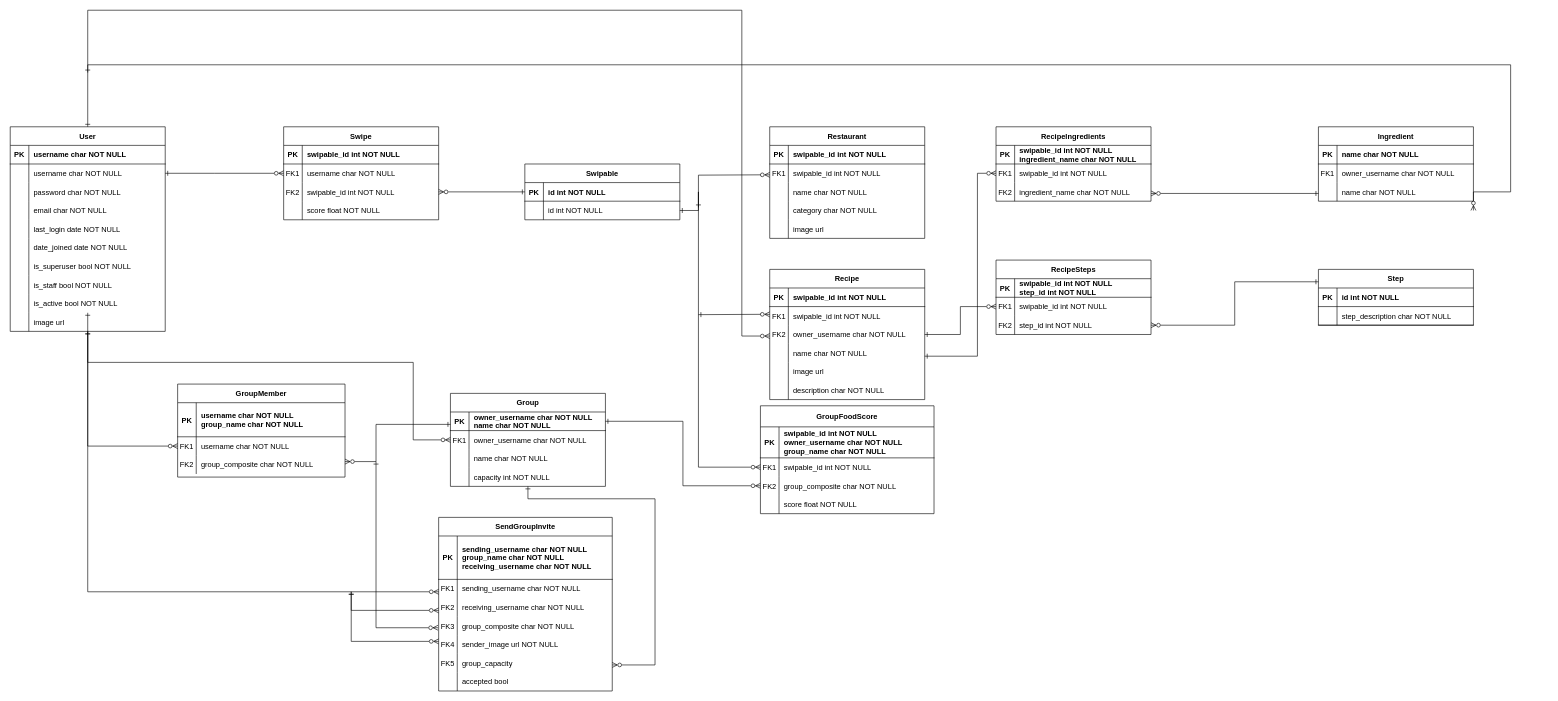
This is grubflow-db.drawio from grubflow/diagrams, a draw.io file, before an edit. Source tidied: cells renumbered, new cells numbered last; positions are measured from the earlier drawing's top-left corner, leaving out a move shared by most shapes. Both pictures are drawn from the tidied source at 62%, with x=0, y=0 at pixel (10, 10).
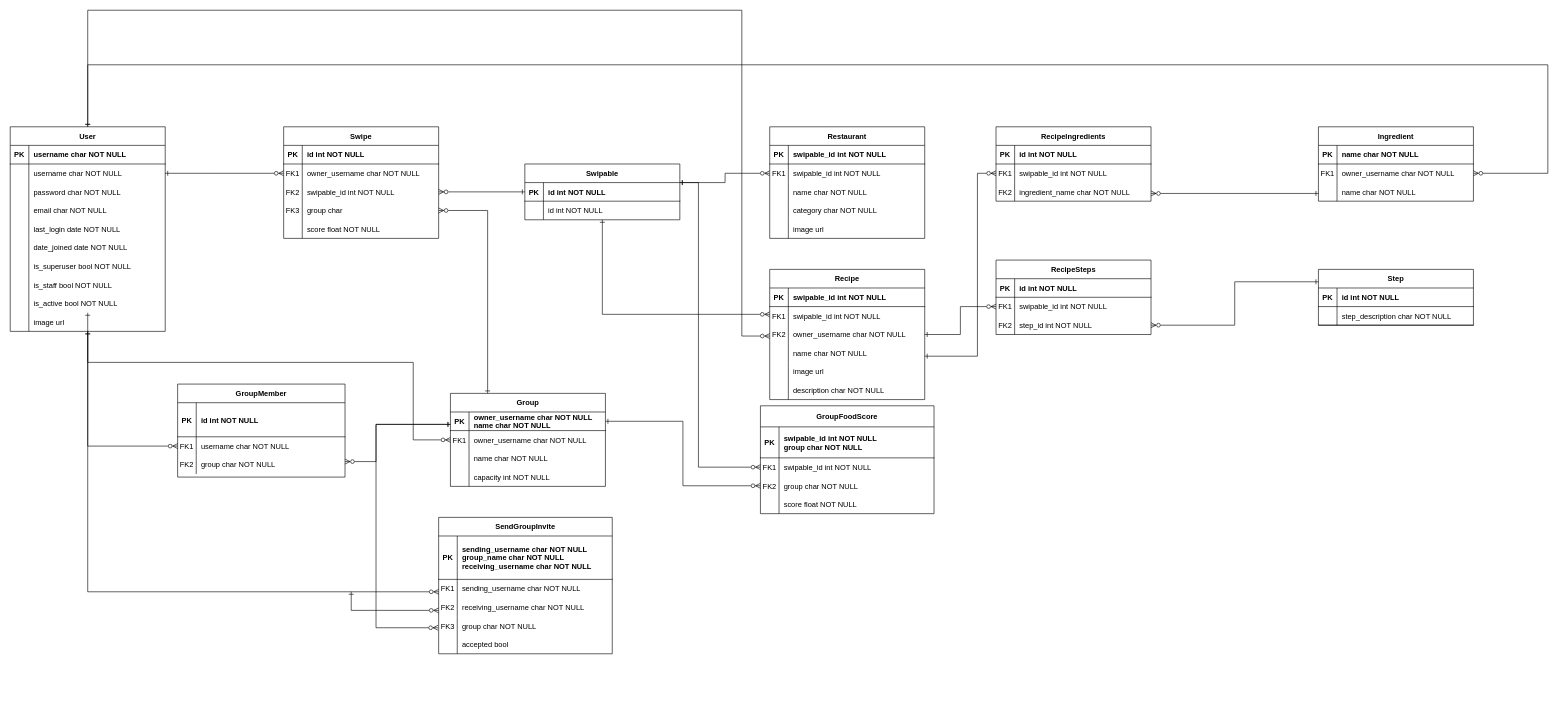
Above is the later version.

The change refers to these unchanged cells:
```xml
<mxCell id="2" value="User" style="shape=table;startSize=30;childLayout=tableLayout;rowLines=0;fontStyle=1;align=center;gradientColor=none;" parent="1" vertex="1">
  <mxGeometry y="188" width="250" height="330" as="geometry" />
</mxCell>
<mxCell id="33" value="Swipable" style="shape=table;startSize=30;childLayout=tableLayout;rowLines=0;fontStyle=1;align=center;gradientColor=none;" parent="1" vertex="1">
  <mxGeometry x="830" y="248" width="250" height="90" as="geometry" />
</mxCell>
<mxCell id="37" style="shape=partialRectangle;fillColor=none;points=[[0,0.5],[1,0.5]];portConstraint=eastwest;top=0;left=0;right=0;bottom=0;" parent="33" vertex="1">
  <mxGeometry y="60" width="250" height="30" as="geometry" />
</mxCell>
<mxCell id="41" style="shape=partialRectangle;fillColor=none;top=0;left=0;right=0;bottom=1;" parent="40" vertex="1">
  <mxGeometry y="30" width="250" height="30" as="geometry" />
</mxCell>
<mxCell id="44" style="shape=partialRectangle;fillColor=none;points=[[0,0.5],[1,0.5]];portConstraint=eastwest;top=0;left=0;right=0;bottom=0;" parent="40" vertex="1">
  <mxGeometry y="60" width="250" height="30" as="geometry" />
</mxCell>
<mxCell id="55" value="Group" style="shape=table;startSize=30;childLayout=tableLayout;rowLines=0;fontStyle=1;align=center;gradientColor=none;" parent="1" vertex="1">
  <mxGeometry x="710" y="618" width="250" height="150" as="geometry" />
</mxCell>
<mxCell id="65" style="shape=partialRectangle;fillColor=none;points=[[0,0.5],[1,0.5]];portConstraint=eastwest;top=0;left=0;right=0;bottom=0;" parent="55" vertex="1">
  <mxGeometry y="120" width="250" height="30" as="geometry" />
</mxCell>
<mxCell id="69" style="shape=partialRectangle;fillColor=none;top=0;left=0;right=0;bottom=1;" parent="68" vertex="1">
  <mxGeometry y="30" width="270" height="55" as="geometry" />
</mxCell>
<mxCell id="75" style="shape=partialRectangle;fillColor=none;top=0;left=0;right=0;bottom=0;" parent="68" vertex="1">
  <mxGeometry y="115" width="270" height="30" as="geometry" />
</mxCell>
<mxCell id="81" style="shape=partialRectangle;fillColor=none;top=0;left=0;right=0;bottom=1;" parent="80" vertex="1">
  <mxGeometry y="34" width="280" height="50" as="geometry" />
</mxCell>
<mxCell id="84" style="shape=partialRectangle;fillColor=none;points=[[0,0.5],[1,0.5]];portConstraint=eastwest;top=0;left=0;right=0;bottom=0;" parent="80" vertex="1">
  <mxGeometry y="84" width="280" height="30" as="geometry" />
</mxCell>
<mxCell id="87" style="shape=partialRectangle;fillColor=none;points=[[0,0.5],[1,0.5]];portConstraint=eastwest;top=0;left=0;right=0;bottom=0;" parent="80" vertex="1">
  <mxGeometry y="114" width="280" height="30" as="geometry" />
</mxCell>
<mxCell id="103" style="shape=partialRectangle;fillColor=none;top=0;left=0;right=0;bottom=0;" parent="93" vertex="1">
  <mxGeometry y="160" width="280" height="30" as="geometry" />
</mxCell>
<mxCell id="122" style="shape=partialRectangle;fillColor=none;points=[[0,0.5],[1,0.5]];portConstraint=eastwest;top=0;left=0;right=0;bottom=0;" parent="118" vertex="1">
  <mxGeometry y="60" width="250" height="30" as="geometry" />
</mxCell>
<mxCell id="157" style="shape=partialRectangle;fillColor=none;points=[[0,0.5],[1,0.5]];portConstraint=eastwest;top=0;left=0;right=0;bottom=0;" parent="153" vertex="1">
  <mxGeometry y="60" width="250" height="30" as="geometry" />
</mxCell>
<mxCell id="171" style="shape=partialRectangle;fillColor=none;top=0;left=0;right=0;bottom=1;" parent="170" vertex="1">
  <mxGeometry y="30" width="250" height="30" as="geometry" />
</mxCell>
<mxCell id="182" style="shape=partialRectangle;fillColor=none;top=0;left=0;right=0;bottom=1;" parent="181" vertex="1">
  <mxGeometry y="30" width="250" height="30" as="geometry" />
</mxCell>
```

Change to the diagram source:
```diff
@@
     <mxCell id="40" value="Swipe" style="shape=table;startSize=30;childLayout=tableLayout;rowLines=0;fontStyle=1;align=center;gradientColor=none;" parent="1" vertex="1">
-      <mxGeometry x="441" y="188" width="250" height="150" as="geometry" />
+      <mxGeometry x="441" y="188" width="250" height="180" as="geometry" />
     </mxCell>
@@
-    <mxCell id="43" value="swipable_id int NOT NULL" style="shape=partialRectangle;overflow=hidden;fillColor=none;top=0;left=0;bottom=0;right=0;align=left;spacingLeft=6;fontStyle=1;" parent="41" vertex="1">
+    <mxCell id="43" value="id int NOT NULL" style="shape=partialRectangle;overflow=hidden;fillColor=none;top=0;left=0;bottom=0;right=0;align=left;spacingLeft=6;fontStyle=1;" parent="41" vertex="1">
       <mxGeometry x="30" width="220" height="30" as="geometry" />
     </mxCell>
@@
-    <mxCell id="46" value="username char NOT NULL" style="shape=partialRectangle;overflow=hidden;fillColor=none;top=0;left=0;bottom=0;right=0;align=left;spacingLeft=6;" parent="44" vertex="1">
+    <mxCell id="46" value="owner_username char NOT NULL" style="shape=partialRectangle;overflow=hidden;fillColor=none;top=0;left=0;bottom=0;right=0;align=left;spacingLeft=6;" parent="44" vertex="1">
       <mxGeometry x="30" width="220" height="30" as="geometry" />
     </mxCell>
@@
+    <mxCell id="205" style="shape=partialRectangle;fillColor=none;points=[[0,0.5],[1,0.5]];portConstraint=eastwest;top=0;left=0;right=0;bottom=0;" parent="40" vertex="1">
+      <mxGeometry y="120" width="250" height="30" as="geometry" />
+    </mxCell>
+    <mxCell id="206" value="FK3" style="shape=partialRectangle;overflow=hidden;fillColor=none;top=0;left=0;bottom=0;right=0;" parent="205" vertex="1">
+      <mxGeometry width="30" height="30" as="geometry" />
+    </mxCell>
+    <mxCell id="207" value="group char" style="shape=partialRectangle;overflow=hidden;fillColor=none;top=0;left=0;bottom=0;right=0;align=left;spacingLeft=6;" parent="205" vertex="1">
+      <mxGeometry x="30" width="220" height="30" as="geometry" />
+    </mxCell>
     <mxCell id="50" style="shape=partialRectangle;fillColor=none;top=0;left=0;right=0;bottom=0;" parent="40" vertex="1">
-      <mxGeometry y="120" width="250" height="30" as="geometry" />
+      <mxGeometry y="150" width="250" height="30" as="geometry" />
     </mxCell>
@@
-    <mxCell id="71" value="username char NOT NULL&#10;group_name char NOT NULL" style="shape=partialRectangle;overflow=hidden;fillColor=none;top=0;left=0;bottom=0;right=0;align=left;spacingLeft=6;fontStyle=1;" parent="69" vertex="1">
+    <mxCell id="71" value="id int NOT NULL" style="shape=partialRectangle;overflow=hidden;fillColor=none;top=0;left=0;bottom=0;right=0;align=left;spacingLeft=6;fontStyle=1;" parent="69" vertex="1">
       <mxGeometry x="30" width="240" height="55" as="geometry" />
     </mxCell>
@@
-    <mxCell id="77" value="group_composite char NOT NULL" style="shape=partialRectangle;overflow=hidden;fillColor=none;top=0;left=0;bottom=0;right=0;align=left;spacingLeft=6;" parent="75" vertex="1">
+    <mxCell id="77" value="group char NOT NULL" style="shape=partialRectangle;overflow=hidden;fillColor=none;top=0;left=0;bottom=0;right=0;align=left;spacingLeft=6;" parent="75" vertex="1">
       <mxGeometry x="30" width="240" height="30" as="geometry" />
     </mxCell>
@@
-    <mxCell id="83" value="swipable_id int NOT NULL&#10;owner_username char NOT NULL&#10;group_name char NOT NULL" style="shape=partialRectangle;overflow=hidden;fillColor=none;top=0;left=0;bottom=0;right=0;align=left;spacingLeft=6;fontStyle=1;" parent="81" vertex="1">
+    <mxCell id="83" value="swipable_id int NOT NULL&#10;group char NOT NULL" style="shape=partialRectangle;overflow=hidden;fillColor=none;top=0;left=0;bottom=0;right=0;align=left;spacingLeft=6;fontStyle=1;" parent="81" vertex="1">
       <mxGeometry x="30" width="250" height="50" as="geometry" />
     </mxCell>
@@
-    <mxCell id="89" value="group_composite char NOT NULL" style="shape=partialRectangle;overflow=hidden;fillColor=none;top=0;left=0;bottom=0;right=0;align=left;spacingLeft=6;" parent="87" vertex="1">
+    <mxCell id="89" value="group char NOT NULL" style="shape=partialRectangle;overflow=hidden;fillColor=none;top=0;left=0;bottom=0;right=0;align=left;spacingLeft=6;" parent="87" vertex="1">
       <mxGeometry x="30" width="250" height="30" as="geometry" />
     </mxCell>
@@
     <mxCell id="93" value="SendGroupInvite" style="shape=table;startSize=30;childLayout=tableLayout;rowLines=0;fontStyle=1;align=center;gradientColor=none;" parent="1" vertex="1">
-      <mxGeometry x="691" y="818" width="280" height="280" as="geometry" />
+      <mxGeometry x="691" y="818" width="280" height="220" as="geometry" />
     </mxCell>
@@
-    <mxCell id="105" value="group_composite char NOT NULL" style="shape=partialRectangle;overflow=hidden;fillColor=none;top=0;left=0;bottom=0;right=0;align=left;spacingLeft=6;" parent="103" vertex="1">
+    <mxCell id="105" value="group char NOT NULL" style="shape=partialRectangle;overflow=hidden;fillColor=none;top=0;left=0;bottom=0;right=0;align=left;spacingLeft=6;" parent="103" vertex="1">
       <mxGeometry x="30" width="250" height="30" as="geometry" />
     </mxCell>
-    <mxCell id="106" style="shape=partialRectangle;fillColor=none;top=0;left=0;right=0;bottom=0;" parent="93" vertex="1">
-      <mxGeometry y="190" width="280" height="30" as="geometry" />
-    </mxCell>
-    <mxCell id="107" value="FK4" style="shape=partialRectangle;overflow=hidden;fillColor=none;top=0;left=0;bottom=0;right=0;" parent="106" vertex="1">
-      <mxGeometry width="30" height="30" as="geometry" />
-    </mxCell>
-    <mxCell id="108" value="sender_image url NOT NULL" style="shape=partialRectangle;overflow=hidden;fillColor=none;top=0;left=0;bottom=0;right=0;align=left;spacingLeft=6;" parent="106" vertex="1">
-      <mxGeometry x="30" width="250" height="30" as="geometry" />
-    </mxCell>
-    <mxCell id="109" style="shape=partialRectangle;fillColor=none;top=0;left=0;right=0;bottom=0;" parent="93" vertex="1">
-      <mxGeometry y="220" width="280" height="30" as="geometry" />
-    </mxCell>
-    <mxCell id="110" value="FK5" style="shape=partialRectangle;overflow=hidden;fillColor=none;top=0;left=0;bottom=0;right=0;" parent="109" vertex="1">
-      <mxGeometry width="30" height="30" as="geometry" />
-    </mxCell>
-    <mxCell id="111" value="group_capacity" style="shape=partialRectangle;overflow=hidden;fillColor=none;top=0;left=0;bottom=0;right=0;align=left;spacingLeft=6;" parent="109" vertex="1">
-      <mxGeometry x="30" width="250" height="30" as="geometry" />
-    </mxCell>
     <mxCell id="112" style="shape=partialRectangle;fillColor=none;top=0;left=0;right=0;bottom=0;" parent="93" vertex="1">
-      <mxGeometry y="250" width="280" height="30" as="geometry" />
+      <mxGeometry y="190" width="280" height="30" as="geometry" />
     </mxCell>
@@
-    <mxCell id="117" style="edgeStyle=orthogonalEdgeStyle;rounded=0;orthogonalLoop=1;jettySize=auto;html=1;startArrow=ERzeroToMany;startFill=0;endArrow=ERone;endFill=0;" parent="1" edge="1">
+    <mxCell id="117" style="edgeStyle=orthogonalEdgeStyle;rounded=0;jettySize=auto;html=1;startArrow=ERzeroToMany;startFill=0;endArrow=ERone;endFill=0;" parent="1" edge="1" target="55">
       <mxGeometry relative="1" as="geometry">
         <mxPoint x="690" y="996" as="sourcePoint" />
-        <mxPoint x="590" y="728" as="targetPoint" />
         <Array as="points">
           <mxPoint x="590" y="996" />
+          <mxPoint x="590" y="668" />
         </Array>
       </mxGeometry>
     </mxCell>
@@
-    <mxCell id="173" value="swipable_id int NOT NULL&#10;ingredient_name char NOT NULL" style="shape=partialRectangle;overflow=hidden;fillColor=none;top=0;left=0;bottom=0;right=0;align=left;spacingLeft=6;fontStyle=1;" parent="171" vertex="1">
+    <mxCell id="173" value="id int NOT NULL" style="shape=partialRectangle;overflow=hidden;fillColor=none;top=0;left=0;bottom=0;right=0;align=left;spacingLeft=6;fontStyle=1;" parent="171" vertex="1">
       <mxGeometry x="30" width="220" height="30" as="geometry" />
     </mxCell>
@@
-    <mxCell id="184" value="swipable_id int NOT NULL&#10;step_id int NOT NULL" style="shape=partialRectangle;overflow=hidden;fillColor=none;top=0;left=0;bottom=0;right=0;align=left;spacingLeft=6;fontStyle=1;" parent="182" vertex="1">
+    <mxCell id="184" value="id int NOT NULL" style="shape=partialRectangle;overflow=hidden;fillColor=none;top=0;left=0;bottom=0;right=0;align=left;spacingLeft=6;fontStyle=1;" parent="182" vertex="1">
       <mxGeometry x="30" width="220" height="30" as="geometry" />
     </mxCell>
@@
-    <mxCell id="193" style="edgeStyle=orthogonalEdgeStyle;rounded=0;jettySize=auto;html=1;exitX=1;exitY=0.5;exitDx=0;exitDy=0;startArrow=ERzeroToMany;startFill=0;endArrow=ERone;endFill=0;" parent="1" edge="1" target="2">
+    <mxCell id="193" style="edgeStyle=orthogonalEdgeStyle;rounded=0;jettySize=auto;html=1;exitX=1;exitY=0.5;exitDx=0;exitDy=0;startArrow=ERzeroToMany;startFill=0;endArrow=ERone;endFill=0;" parent="1" edge="1" source="157" target="2">
       <mxGeometry relative="1" as="geometry">
-        <mxPoint x="2360" y="323" as="sourcePoint" />
         <Array as="points">
-          <mxPoint x="2420" y="293" />
-          <mxPoint x="2420" y="88" />
+          <mxPoint x="2480" y="263" />
+          <mxPoint x="2480" y="88" />
           <mxPoint x="125" y="88" />
         </Array>
       </mxGeometry>
     </mxCell>
-    <mxCell id="194" style="edgeStyle=orthogonalEdgeStyle;rounded=0;orthogonalLoop=1;jettySize=auto;html=1;exitX=0;exitY=0.5;exitDx=0;exitDy=0;startArrow=ERzeroToMany;startFill=0;endArrow=ERone;endFill=0;" parent="1" edge="1">
+    <mxCell id="194" style="edgeStyle=orthogonalEdgeStyle;rounded=0;jettySize=auto;html=1;exitX=0;exitY=0.5;exitDx=0;exitDy=0;startArrow=ERzeroToMany;startFill=0;endArrow=ERone;endFill=0;" parent="1" edge="1" target="2">
       <mxGeometry relative="1" as="geometry">
         <mxPoint x="1225" y="525.5" as="sourcePoint" />
-        <mxPoint x="125" y="100.5" as="targetPoint" />
         <Array as="points">
           <mxPoint x="1180" y="526" />
           <mxPoint x="1180" />
           <mxPoint x="125" />
         </Array>
       </mxGeometry>
     </mxCell>
@@
-    <mxCell id="196" style="edgeStyle=orthogonalEdgeStyle;rounded=0;jettySize=auto;html=1;exitX=0;exitY=0.5;exitDx=0;exitDy=0;startArrow=ERzeroToMany;startFill=0;endArrow=ERone;endFill=0;" parent="1" edge="1" source="84">
+    <mxCell id="196" style="edgeStyle=orthogonalEdgeStyle;rounded=0;jettySize=auto;html=1;exitX=0;exitY=0.5;exitDx=0;exitDy=0;startArrow=ERzeroToMany;startFill=0;endArrow=ERone;endFill=0;" parent="1" edge="1" source="84" target="33">
       <mxGeometry relative="1" as="geometry">
-        <mxPoint x="1110" y="318" as="targetPoint" />
         <Array as="points">
           <mxPoint x="1110" y="737" />
-          <mxPoint x="1110" y="293" />
+          <mxPoint x="1110" y="278" />
         </Array>
       </mxGeometry>
     </mxCell>
@@
-    <mxCell id="200" style="edgeStyle=orthogonalEdgeStyle;rounded=0;jettySize=auto;html=1;startArrow=ERzeroToMany;startFill=0;endArrow=ERone;endFill=0;entryX=1;entryY=0.5;entryDx=0;entryDy=0;" parent="1" edge="1" target="37">
-      <mxGeometry relative="1" as="geometry">
-        <mxPoint x="1225" y="265.5" as="sourcePoint" />
-        <Array as="points">
-          <mxPoint x="1210" y="266" />
-          <mxPoint x="1110" y="266" />
-          <mxPoint x="1110" y="323" />
-        </Array>
-      </mxGeometry>
-    </mxCell>
-    <mxCell id="201" style="edgeStyle=orthogonalEdgeStyle;rounded=0;orthogonalLoop=1;jettySize=auto;html=1;startArrow=ERzeroToMany;startFill=0;endArrow=ERone;endFill=0;" parent="1" edge="1">
+    <mxCell id="201" style="edgeStyle=orthogonalEdgeStyle;rounded=0;jettySize=auto;html=1;startArrow=ERzeroToMany;startFill=0;endArrow=ERone;endFill=0;" parent="1" edge="1" target="33">
       <mxGeometry relative="1" as="geometry">
         <mxPoint x="1225" y="490.5" as="sourcePoint" />
-        <mxPoint x="1110" y="491" as="targetPoint" />
         <Array as="points">
-          <mxPoint x="1210" y="491" />
-          <mxPoint x="1140" y="491" />
+          <mxPoint x="955" y="491" />
         </Array>
       </mxGeometry>
     </mxCell>
@@
-    <mxCell id="203" style="edgeStyle=orthogonalEdgeStyle;rounded=0;orthogonalLoop=1;jettySize=auto;html=1;exitX=0;exitY=0.5;exitDx=0;exitDy=0;startArrow=ERzeroToMany;startFill=0;endArrow=ERone;endFill=0;" parent="1" edge="1">
-      <mxGeometry relative="1" as="geometry">
-        <mxPoint x="691" y="1018" as="sourcePoint" />
-        <mxPoint x="550" y="938" as="targetPoint" />
-        <Array as="points">
-          <mxPoint x="550" y="1018" />
-        </Array>
-      </mxGeometry>
-    </mxCell>
-    <mxCell id="204" style="edgeStyle=orthogonalEdgeStyle;rounded=0;jettySize=auto;html=1;exitX=0.996;exitY=0.267;exitDx=0;exitDy=0;startArrow=ERzeroToMany;startFill=0;endArrow=ERone;endFill=0;exitPerimeter=0;" parent="1" edge="1" target="65">
-      <mxGeometry relative="1" as="geometry">
-        <mxPoint x="971" y="1056" as="sourcePoint" />
-        <Array as="points">
-          <mxPoint x="1040" y="1056" />
-          <mxPoint x="1040" y="788" />
-          <mxPoint x="835" y="788" />
-        </Array>
-      </mxGeometry>
-    </mxCell>
+    <mxCell id="208" style="edgeStyle=orthogonalEdgeStyle;rounded=0;jettySize=auto;html=1;exitX=1;exitY=0.5;exitDx=0;exitDy=0;startArrow=ERzeroToMany;startFill=0;endArrow=ERone;endFill=0;" parent="1" edge="1" source="205" target="55">
+      <mxGeometry relative="1" as="geometry">
+        <Array as="points">
+          <mxPoint x="770" y="323" />
+        </Array>
+      </mxGeometry>
+    </mxCell>
+    <mxCell id="209" style="edgeStyle=orthogonalEdgeStyle;rounded=0;jettySize=auto;html=1;exitX=0;exitY=0.5;exitDx=0;exitDy=0;startArrow=ERzeroToMany;startFill=0;endArrow=ERone;endFill=0;" parent="1" edge="1" source="122" target="33">
+      <mxGeometry relative="1" as="geometry">
+        <Array as="points">
+          <mxPoint x="1153" y="263" />
+          <mxPoint x="1153" y="278" />
+        </Array>
+      </mxGeometry>
+    </mxCell>
```
